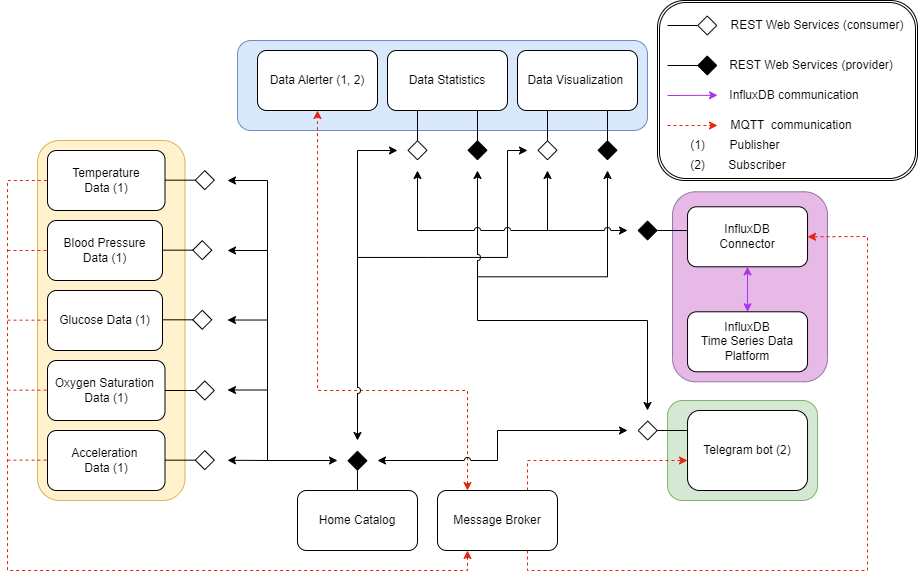
vitorkomar/iot_project keeps this draw.io diagram as Diagram/UseCaseDiagram.png. Above is the earlier version. Source tidied: cells renumbered, new cells last; positions are measured from the earlier drawing's top-left corner, leaving out a move shared by most shapes.
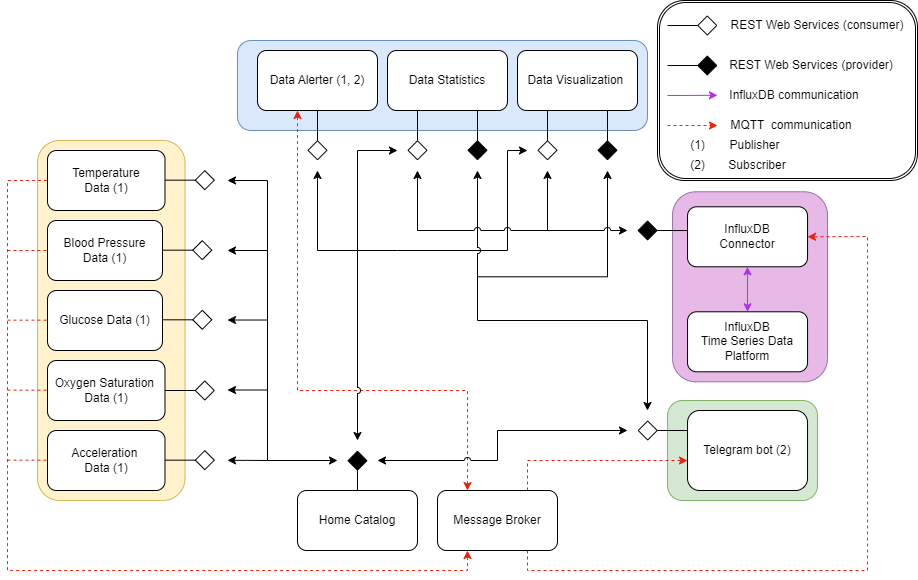
The same diagram one commit later.

The edit, as a diff of the source:
```diff
@@ -8,12 +8,13 @@
     <mxCell id="3" style="rounded=1;whiteSpace=wrap;html=1;fillColor=#d5e8d4;strokeColor=#82b366;" parent="1" vertex="1">
       <mxGeometry x="660" y="400" width="150" height="100" as="geometry" />
     </mxCell>
-    <mxCell id="4" style="endArrow=classic;html=1;rounded=0;dashed=1;strokeColor=#E6230E;exitX=0.25;exitY=0;exitDx=0;exitDy=0;startArrow=classic;startFill=1;entryX=0.5;entryY=0;entryDx=0;entryDy=0;endFill=1;jumpStyle=arc;" parent="1" edge="1" source="59" target="16">
+    <mxCell id="4" style="endArrow=classic;html=1;rounded=0;dashed=1;strokeColor=#E6230E;startArrow=classic;startFill=1;entryX=0.5;entryY=0;entryDx=0;entryDy=0;endFill=1;jumpStyle=arc;exitX=0.25;exitY=0;exitDx=0;exitDy=0;" parent="1" edge="1" source="59">
       <mxGeometry relative="1" as="geometry">
+        <mxPoint x="290" y="110" as="targetPoint" />
         <Array as="points">
           <mxPoint x="460" y="390" />
-          <mxPoint x="310" y="390" />
-          <mxPoint x="310" y="130" />
+          <mxPoint x="290" y="390" />
+          <mxPoint x="290" y="130" />
         </Array>
       </mxGeometry>
     </mxCell>
@@ -186,11 +187,11 @@
     </mxCell>
     <mxCell id="37" style="endArrow=classic;html=1;rounded=0;" parent="1" edge="1">
       <mxGeometry relative="1" as="geometry">
-        <mxPoint x="350" y="256.9" as="sourcePoint" />
+        <mxPoint x="350" y="250" as="sourcePoint" />
         <mxPoint x="520" y="150" as="targetPoint" />
         <Array as="points">
-          <mxPoint x="420" y="256.9" />
-          <mxPoint x="500" y="256.9" />
+          <mxPoint x="390" y="250" />
+          <mxPoint x="500" y="250" />
           <mxPoint x="500" y="150" />
         </Array>
       </mxGeometry>
@@ -367,5 +368,19 @@
         </Array>
       </mxGeometry>
     </mxCell>
+    <mxCell id="66" style="endArrow=diamond;endFill=0;endSize=18;html=1;rounded=0;exitX=0.5;exitY=0;exitDx=0;exitDy=0;" parent="1" edge="1" source="16">
+      <mxGeometry relative="1" as="geometry">
+        <mxPoint x="310" y="160" as="targetPoint" />
+      </mxGeometry>
+    </mxCell>
+    <mxCell id="67" style="endArrow=classic;html=1;rounded=0;" parent="1" edge="1">
+      <mxGeometry relative="1" as="geometry">
+        <mxPoint x="350" y="250" as="sourcePoint" />
+        <mxPoint x="310" y="170" as="targetPoint" />
+        <Array as="points">
+          <mxPoint x="310" y="250" />
+        </Array>
+      </mxGeometry>
+    </mxCell>
   </root>
 </mxGraphModel>
```
